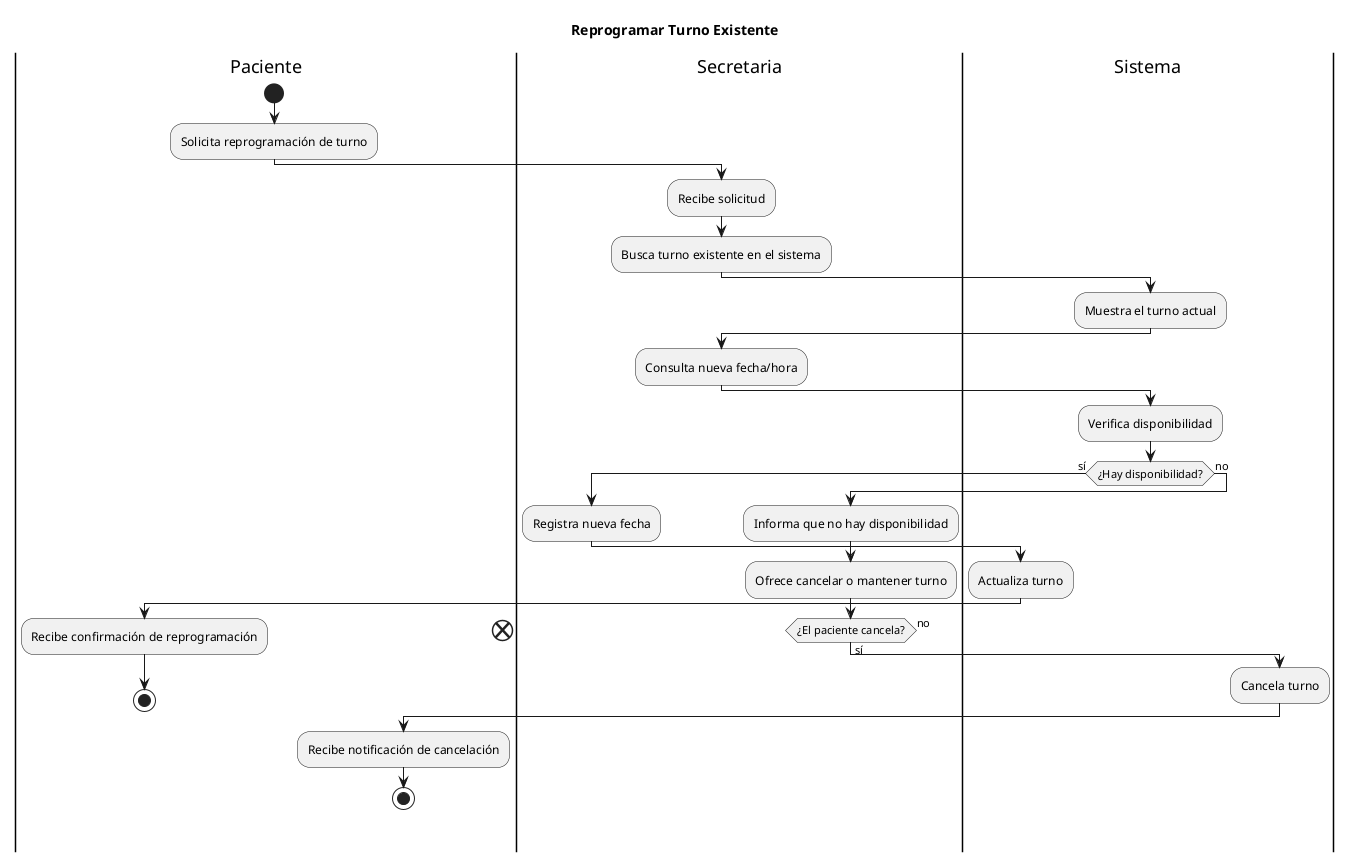
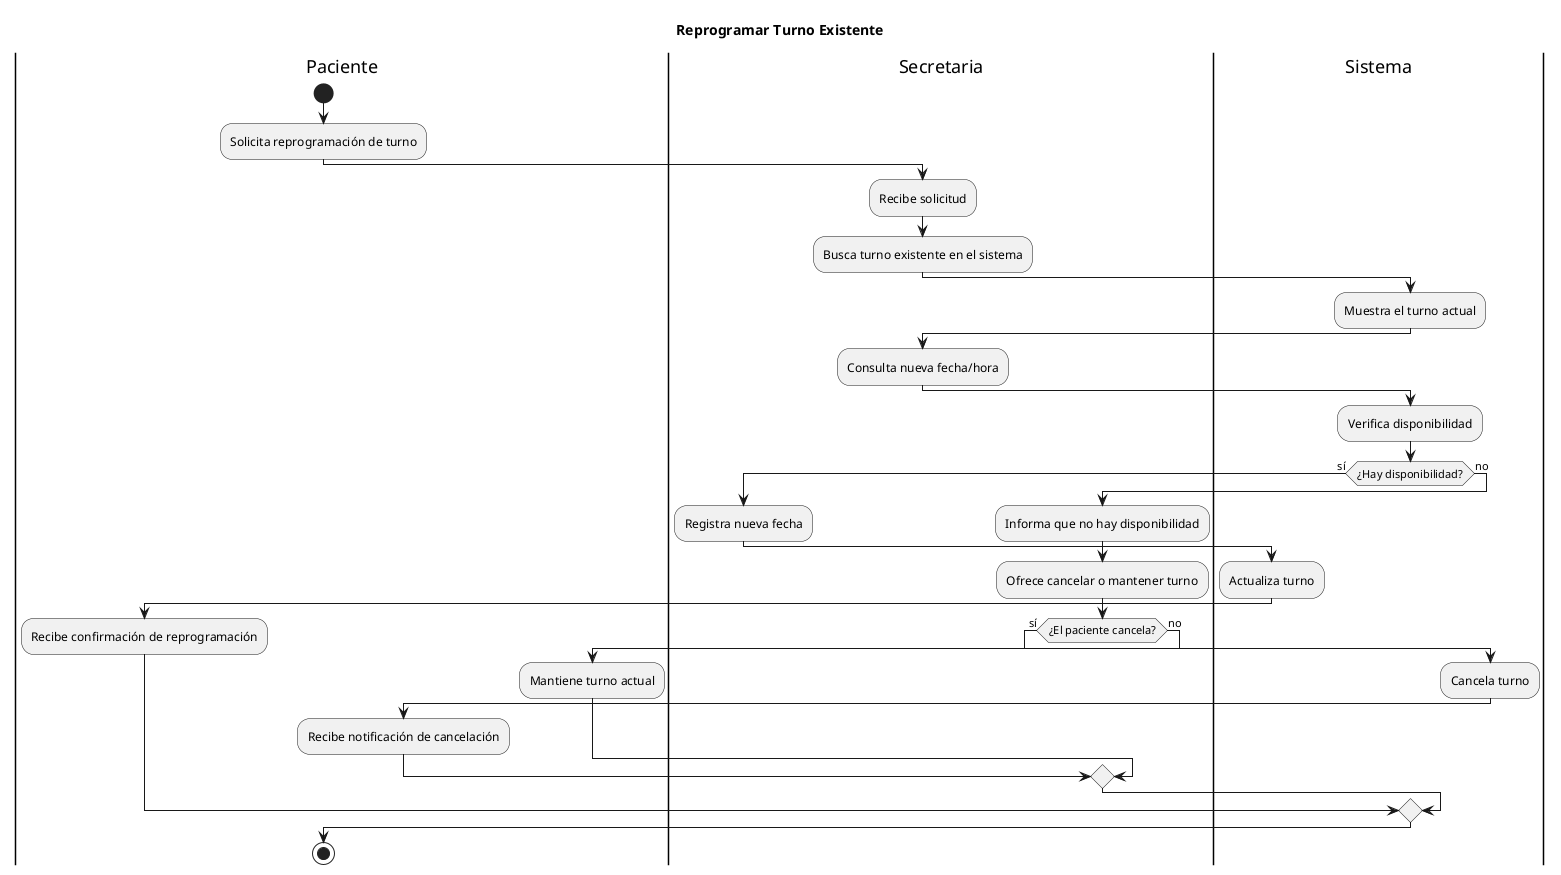
@startuml
title "Reprogramar Turno Existente"
+ 
|Paciente|
start
:Solicita reprogramación de turno;

|Secretaria|
:Recibe solicitud;
:Busca turno existente en el sistema;

|Sistema|
:Muestra el turno actual;
+ 
|Secretaria|
:Consulta nueva fecha/hora;
+ 
|Sistema|
:Verifica disponibilidad;

if (¿Hay disponibilidad?) then (sí)
+ 
  |Secretaria|
  :Registra nueva fecha;
+ 
  |Sistema|
  :Actualiza turno;
+ 
  |Paciente|
  :Recibe confirmación de reprogramación;
-   stop
+ 
else (no)
+ 
  |Secretaria|
  :Informa que no hay disponibilidad;
  :Ofrece cancelar o mantener turno;
+ 
  if (¿El paciente cancela?) then (sí)
+ 
    |Sistema|
    :Cancela turno;
+ 
    |Paciente|
    :Recibe notificación de cancelación;
-     stop
+ 
  else (no)
-     end
+ 
+     |Paciente|
+     :Mantiene turno actual;
+ 
  endif
+ 
endif
+ 
+ stop
+ 
@enduml